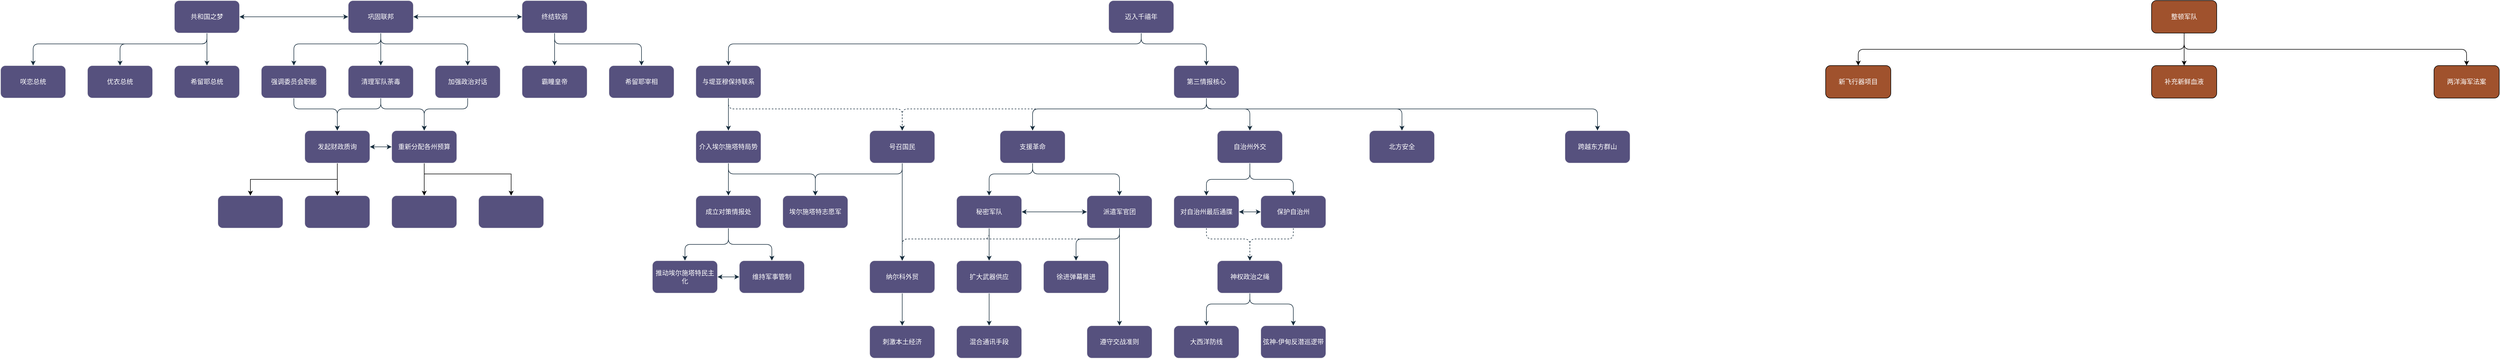
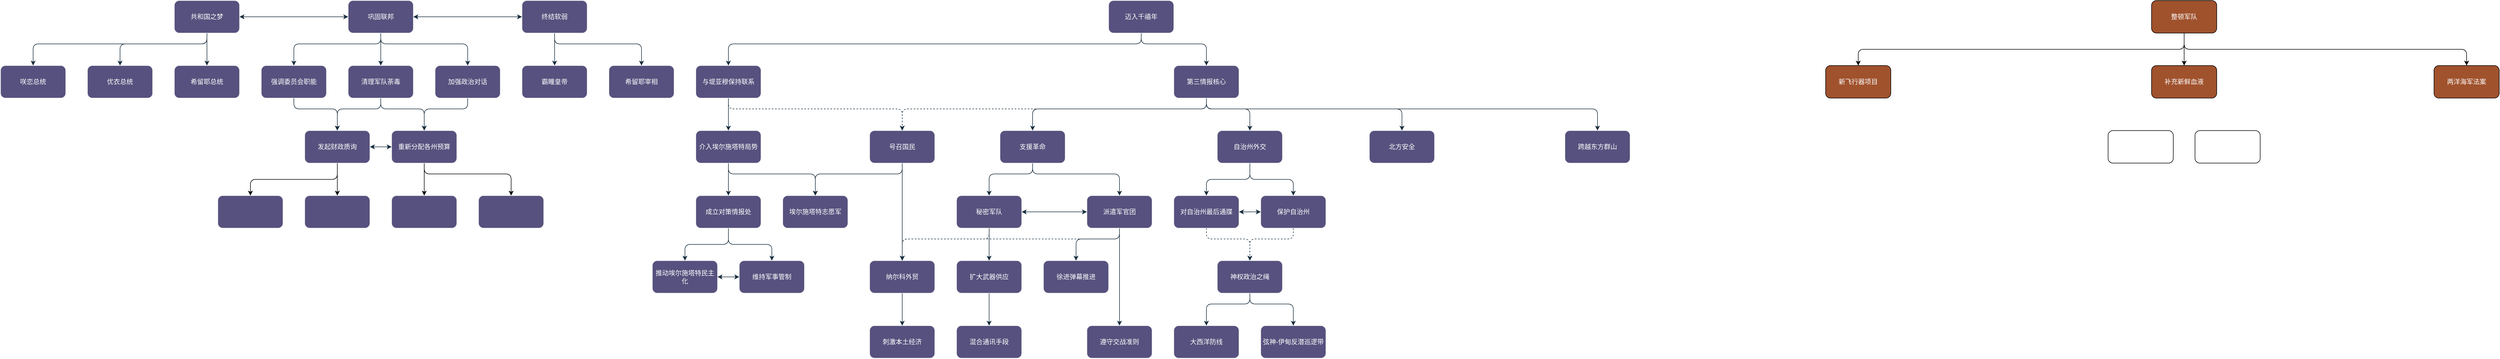
<mxfile host="Electron" agent="Mozilla/5.0 (Windows NT 10.0; Win64; x64) AppleWebKit/537.36 (KHTML, like Gecko) draw.io/29.6.1 Chrome/142.0.7444.265 Electron/39.8.0 Safari/537.36">
  <diagram id="-BRsSJGr8F3-bNamjoG0" name="第 2 页">
-     <mxGraphModel dx="2162" dy="1264" grid="1" gridSize="10" guides="1" tooltips="1" connect="1" arrows="1" fold="1" page="1" pageScale="1" pageWidth="5090" pageHeight="1200" background="#ffffff" math="0" shadow="0">
+     <mxGraphModel dx="1553" dy="963" grid="1" gridSize="10" guides="1" tooltips="1" connect="1" arrows="1" fold="1" page="1" pageScale="1" pageWidth="5090" pageHeight="1200" background="#ffffff" math="0" shadow="0">
      <root>
        <mxCell id="0" />
        <mxCell id="1" parent="0" />
        <mxCell id="Id7lXN9A65SUMVA4P9e4-4" edge="1" parent="1" source="5yxxAlCh5h2w9psgIRNF-1" style="edgeStyle=orthogonalEdgeStyle;rounded=1;orthogonalLoop=1;jettySize=auto;html=1;exitX=0.5;exitY=1;exitDx=0;exitDy=0;entryX=0.5;entryY=0;entryDx=0;entryDy=0;strokeColor=#182E3E;fontColor=default;labelBackgroundColor=none;" target="5yxxAlCh5h2w9psgIRNF-2">
          <mxGeometry relative="1" as="geometry">
            <Array as="points">
              <mxPoint x="740" y="120" />
              <mxPoint x="580" y="120" />
            </Array>
          </mxGeometry>
        </mxCell>
        <mxCell id="Id7lXN9A65SUMVA4P9e4-5" edge="1" parent="1" source="5yxxAlCh5h2w9psgIRNF-1" style="edgeStyle=orthogonalEdgeStyle;rounded=1;orthogonalLoop=1;jettySize=auto;html=1;exitX=0.5;exitY=1;exitDx=0;exitDy=0;entryX=0.5;entryY=0;entryDx=0;entryDy=0;strokeColor=#182E3E;fontColor=default;labelBackgroundColor=none;" target="5yxxAlCh5h2w9psgIRNF-3">
          <mxGeometry relative="1" as="geometry" />
        </mxCell>
        <mxCell id="Id7lXN9A65SUMVA4P9e4-6" edge="1" parent="1" source="5yxxAlCh5h2w9psgIRNF-1" style="edgeStyle=orthogonalEdgeStyle;rounded=1;orthogonalLoop=1;jettySize=auto;html=1;exitX=0.5;exitY=1;exitDx=0;exitDy=0;entryX=0.5;entryY=0;entryDx=0;entryDy=0;strokeColor=#182E3E;fontColor=default;labelBackgroundColor=none;" target="5yxxAlCh5h2w9psgIRNF-4">
          <mxGeometry relative="1" as="geometry">
            <Array as="points">
              <mxPoint x="740" y="120" />
              <mxPoint x="900" y="120" />
            </Array>
          </mxGeometry>
        </mxCell>
        <mxCell id="5yxxAlCh5h2w9psgIRNF-1" parent="1" style="rounded=1;whiteSpace=wrap;html=1;labelBackgroundColor=none;fillColor=#56517E;strokeColor=#EEEEEE;fontColor=#FFFFFF;" value="巩固联邦" vertex="1">
          <mxGeometry height="60" width="120" x="680" y="40" as="geometry" />
        </mxCell>
        <mxCell id="n0v4dYndRxc84nL3mO78-68" edge="1" parent="1" source="5yxxAlCh5h2w9psgIRNF-2" style="edgeStyle=orthogonalEdgeStyle;rounded=1;orthogonalLoop=1;jettySize=auto;html=1;exitX=0.5;exitY=1;exitDx=0;exitDy=0;entryX=0.5;entryY=0;entryDx=0;entryDy=0;strokeColor=#182E3E;" target="n0v4dYndRxc84nL3mO78-66">
          <mxGeometry relative="1" as="geometry">
            <Array as="points">
              <mxPoint x="580" y="240" />
              <mxPoint x="660" y="240" />
            </Array>
          </mxGeometry>
        </mxCell>
        <mxCell id="5yxxAlCh5h2w9psgIRNF-2" parent="1" style="rounded=1;whiteSpace=wrap;html=1;labelBackgroundColor=none;fillColor=#56517E;strokeColor=#EEEEEE;fontColor=#FFFFFF;" value="强调委员会职能" vertex="1">
          <mxGeometry height="60" width="120" x="520" y="160" as="geometry" />
        </mxCell>
        <mxCell id="n0v4dYndRxc84nL3mO78-69" edge="1" parent="1" source="5yxxAlCh5h2w9psgIRNF-3" style="edgeStyle=orthogonalEdgeStyle;rounded=1;orthogonalLoop=1;jettySize=auto;html=1;exitX=0.5;exitY=1;exitDx=0;exitDy=0;entryX=0.5;entryY=0;entryDx=0;entryDy=0;strokeColor=#182E3E;" target="n0v4dYndRxc84nL3mO78-66">
          <mxGeometry relative="1" as="geometry">
            <Array as="points">
              <mxPoint x="740" y="240" />
              <mxPoint x="660" y="240" />
            </Array>
          </mxGeometry>
        </mxCell>
        <mxCell id="n0v4dYndRxc84nL3mO78-70" edge="1" parent="1" source="5yxxAlCh5h2w9psgIRNF-3" style="edgeStyle=orthogonalEdgeStyle;rounded=1;orthogonalLoop=1;jettySize=auto;html=1;exitX=0.5;exitY=1;exitDx=0;exitDy=0;entryX=0.5;entryY=0;entryDx=0;entryDy=0;strokeColor=#182E3E;" target="n0v4dYndRxc84nL3mO78-67">
          <mxGeometry relative="1" as="geometry">
            <Array as="points">
              <mxPoint x="740" y="240" />
              <mxPoint x="820" y="240" />
            </Array>
          </mxGeometry>
        </mxCell>
        <mxCell id="5yxxAlCh5h2w9psgIRNF-3" parent="1" style="rounded=1;whiteSpace=wrap;html=1;labelBackgroundColor=none;fillColor=#56517E;strokeColor=#EEEEEE;fontColor=#FFFFFF;" value="清理军队荼毒" vertex="1">
          <mxGeometry height="60" width="120" x="680" y="160" as="geometry" />
        </mxCell>
        <mxCell id="n0v4dYndRxc84nL3mO78-71" edge="1" parent="1" source="5yxxAlCh5h2w9psgIRNF-4" style="edgeStyle=orthogonalEdgeStyle;rounded=1;orthogonalLoop=1;jettySize=auto;html=1;exitX=0.5;exitY=1;exitDx=0;exitDy=0;entryX=0.5;entryY=0;entryDx=0;entryDy=0;strokeColor=#182E3E;" target="n0v4dYndRxc84nL3mO78-67">
          <mxGeometry relative="1" as="geometry">
            <Array as="points">
              <mxPoint x="900" y="240" />
              <mxPoint x="820" y="240" />
            </Array>
          </mxGeometry>
        </mxCell>
        <mxCell id="5yxxAlCh5h2w9psgIRNF-4" parent="1" style="rounded=1;whiteSpace=wrap;html=1;labelBackgroundColor=none;fillColor=#56517E;strokeColor=#EEEEEE;fontColor=#FFFFFF;" value="加强政治对话" vertex="1">
          <mxGeometry height="60" width="120" x="840" y="160" as="geometry" />
        </mxCell>
        <mxCell id="n0v4dYndRxc84nL3mO78-81" edge="1" parent="1" source="Id7lXN9A65SUMVA4P9e4-1" style="edgeStyle=orthogonalEdgeStyle;rounded=1;orthogonalLoop=1;jettySize=auto;html=1;exitX=0.5;exitY=1;exitDx=0;exitDy=0;entryX=0.5;entryY=0;entryDx=0;entryDy=0;strokeColor=#182E3E;" target="n0v4dYndRxc84nL3mO78-80">
          <mxGeometry relative="1" as="geometry">
            <Array as="points">
              <mxPoint x="420" y="120" />
              <mxPoint x="100" y="120" />
            </Array>
          </mxGeometry>
        </mxCell>
        <mxCell id="n0v4dYndRxc84nL3mO78-82" edge="1" parent="1" source="Id7lXN9A65SUMVA4P9e4-1" style="edgeStyle=orthogonalEdgeStyle;rounded=1;orthogonalLoop=1;jettySize=auto;html=1;exitX=0.5;exitY=1;exitDx=0;exitDy=0;entryX=0.5;entryY=0;entryDx=0;entryDy=0;strokeColor=#182E3E;" target="n0v4dYndRxc84nL3mO78-79">
          <mxGeometry relative="1" as="geometry">
            <Array as="points">
              <mxPoint x="420" y="120" />
              <mxPoint x="260" y="120" />
            </Array>
          </mxGeometry>
        </mxCell>
        <mxCell id="n0v4dYndRxc84nL3mO78-83" edge="1" parent="1" source="Id7lXN9A65SUMVA4P9e4-1" style="edgeStyle=orthogonalEdgeStyle;rounded=1;orthogonalLoop=1;jettySize=auto;html=1;exitX=0.5;exitY=1;exitDx=0;exitDy=0;entryX=0.5;entryY=0;entryDx=0;entryDy=0;strokeColor=#182E3E;" target="n0v4dYndRxc84nL3mO78-78">
          <mxGeometry relative="1" as="geometry" />
        </mxCell>
        <mxCell id="Id7lXN9A65SUMVA4P9e4-1" parent="1" style="rounded=1;whiteSpace=wrap;html=1;labelBackgroundColor=none;fillColor=#56517E;strokeColor=#EEEEEE;fontColor=#FFFFFF;" value="共和国之梦" vertex="1">
          <mxGeometry height="60" width="120" x="360" y="40" as="geometry" />
        </mxCell>
        <mxCell id="n0v4dYndRxc84nL3mO78-87" edge="1" parent="1" source="Id7lXN9A65SUMVA4P9e4-2" style="edgeStyle=orthogonalEdgeStyle;rounded=1;orthogonalLoop=1;jettySize=auto;html=1;exitX=0.5;exitY=1;exitDx=0;exitDy=0;entryX=0.5;entryY=0;entryDx=0;entryDy=0;strokeColor=#182E3E;" target="n0v4dYndRxc84nL3mO78-84">
          <mxGeometry relative="1" as="geometry" />
        </mxCell>
        <mxCell id="n0v4dYndRxc84nL3mO78-88" edge="1" parent="1" source="Id7lXN9A65SUMVA4P9e4-2" style="edgeStyle=orthogonalEdgeStyle;rounded=1;orthogonalLoop=1;jettySize=auto;html=1;exitX=0.5;exitY=1;exitDx=0;exitDy=0;entryX=0.5;entryY=0;entryDx=0;entryDy=0;strokeColor=#182E3E;" target="n0v4dYndRxc84nL3mO78-86">
          <mxGeometry relative="1" as="geometry">
            <Array as="points">
              <mxPoint x="1060" y="120" />
              <mxPoint x="1220" y="120" />
            </Array>
          </mxGeometry>
        </mxCell>
        <mxCell id="Id7lXN9A65SUMVA4P9e4-2" parent="1" style="rounded=1;whiteSpace=wrap;html=1;labelBackgroundColor=none;fillColor=#56517E;strokeColor=#EEEEEE;fontColor=#FFFFFF;" value="终结软弱" vertex="1">
          <mxGeometry height="60" width="120" x="1000" y="40" as="geometry" />
        </mxCell>
        <mxCell id="Id7lXN9A65SUMVA4P9e4-7" edge="1" parent="1" source="Id7lXN9A65SUMVA4P9e4-1" style="endArrow=classic;startArrow=classic;html=1;rounded=1;strokeColor=#182E3E;fontColor=default;entryX=0;entryY=0.5;entryDx=0;entryDy=0;exitX=1;exitY=0.5;exitDx=0;exitDy=0;labelBackgroundColor=none;" target="5yxxAlCh5h2w9psgIRNF-1" value="">
          <mxGeometry height="50" relative="1" width="50" as="geometry">
            <mxPoint x="440" y="300" as="sourcePoint" />
            <mxPoint x="490" y="250" as="targetPoint" />
          </mxGeometry>
        </mxCell>
        <mxCell id="Id7lXN9A65SUMVA4P9e4-8" edge="1" parent="1" source="5yxxAlCh5h2w9psgIRNF-1" style="endArrow=classic;startArrow=classic;html=1;rounded=1;strokeColor=#182E3E;fontColor=default;entryX=0;entryY=0.5;entryDx=0;entryDy=0;exitX=1;exitY=0.5;exitDx=0;exitDy=0;labelBackgroundColor=none;" target="Id7lXN9A65SUMVA4P9e4-2" value="">
          <mxGeometry height="50" relative="1" width="50" as="geometry">
            <mxPoint x="750" y="350" as="sourcePoint" />
            <mxPoint x="800" y="300" as="targetPoint" />
          </mxGeometry>
        </mxCell>
        <mxCell id="n0v4dYndRxc84nL3mO78-38" edge="1" parent="1" source="Id7lXN9A65SUMVA4P9e4-9" style="edgeStyle=orthogonalEdgeStyle;rounded=1;orthogonalLoop=1;jettySize=auto;html=1;exitX=0.5;exitY=1;exitDx=0;exitDy=0;entryX=0.5;entryY=0;entryDx=0;entryDy=0;strokeColor=#182E3E;" target="Id7lXN9A65SUMVA4P9e4-13">
          <mxGeometry relative="1" as="geometry">
            <Array as="points">
              <mxPoint x="2140" y="120" />
              <mxPoint x="2260" y="120" />
            </Array>
          </mxGeometry>
        </mxCell>
        <mxCell id="n0v4dYndRxc84nL3mO78-41" edge="1" parent="1" source="Id7lXN9A65SUMVA4P9e4-9" style="edgeStyle=orthogonalEdgeStyle;rounded=1;orthogonalLoop=1;jettySize=auto;html=1;exitX=0.5;exitY=1;exitDx=0;exitDy=0;entryX=0.5;entryY=0;entryDx=0;entryDy=0;strokeColor=#182E3E;" target="n0v4dYndRxc84nL3mO78-40">
          <mxGeometry relative="1" as="geometry">
            <Array as="points">
              <mxPoint x="2140" y="120" />
              <mxPoint x="1380" y="120" />
            </Array>
          </mxGeometry>
        </mxCell>
        <mxCell id="Id7lXN9A65SUMVA4P9e4-9" parent="1" style="rounded=1;whiteSpace=wrap;html=1;strokeColor=#EEEEEE;fontColor=#FFFFFF;fillColor=#56517E;labelBackgroundColor=none;" value="迈入千禧年" vertex="1">
          <mxGeometry height="60" width="120" x="2080" y="40" as="geometry" />
        </mxCell>
        <mxCell id="n0v4dYndRxc84nL3mO78-7" edge="1" parent="1" source="Id7lXN9A65SUMVA4P9e4-13" style="edgeStyle=orthogonalEdgeStyle;rounded=1;orthogonalLoop=1;jettySize=auto;html=1;exitX=0.5;exitY=1;exitDx=0;exitDy=0;entryX=0.5;entryY=0;entryDx=0;entryDy=0;strokeColor=#182E3E;dashed=1;" target="n0v4dYndRxc84nL3mO78-6">
          <mxGeometry relative="1" as="geometry">
            <Array as="points">
              <mxPoint x="2260" y="240" />
              <mxPoint x="1700" y="240" />
            </Array>
          </mxGeometry>
        </mxCell>
        <mxCell id="n0v4dYndRxc84nL3mO78-44" edge="1" parent="1" source="Id7lXN9A65SUMVA4P9e4-13" style="edgeStyle=orthogonalEdgeStyle;rounded=1;orthogonalLoop=1;jettySize=auto;html=1;exitX=0.5;exitY=1;exitDx=0;exitDy=0;entryX=0.5;entryY=0;entryDx=0;entryDy=0;strokeColor=#182E3E;" target="n0v4dYndRxc84nL3mO78-1">
          <mxGeometry relative="1" as="geometry">
            <Array as="points">
              <mxPoint x="2260" y="240" />
              <mxPoint x="1940" y="240" />
            </Array>
          </mxGeometry>
        </mxCell>
        <mxCell id="n0v4dYndRxc84nL3mO78-47" edge="1" parent="1" source="Id7lXN9A65SUMVA4P9e4-13" style="edgeStyle=orthogonalEdgeStyle;rounded=1;orthogonalLoop=1;jettySize=auto;html=1;exitX=0.5;exitY=1;exitDx=0;exitDy=0;entryX=0.5;entryY=0;entryDx=0;entryDy=0;strokeColor=#182E3E;" target="n0v4dYndRxc84nL3mO78-45">
          <mxGeometry relative="1" as="geometry">
            <Array as="points">
              <mxPoint x="2260" y="240" />
              <mxPoint x="2340" y="240" />
            </Array>
          </mxGeometry>
        </mxCell>
        <mxCell id="n0v4dYndRxc84nL3mO78-49" edge="1" parent="1" source="Id7lXN9A65SUMVA4P9e4-13" style="edgeStyle=orthogonalEdgeStyle;rounded=1;orthogonalLoop=1;jettySize=auto;html=1;exitX=0.5;exitY=1;exitDx=0;exitDy=0;entryX=0.5;entryY=0;entryDx=0;entryDy=0;strokeColor=#182E3E;" target="n0v4dYndRxc84nL3mO78-46">
          <mxGeometry relative="1" as="geometry">
            <Array as="points">
              <mxPoint x="2260" y="240" />
              <mxPoint x="2620" y="240" />
            </Array>
          </mxGeometry>
        </mxCell>
        <mxCell id="n0v4dYndRxc84nL3mO78-50" edge="1" parent="1" source="Id7lXN9A65SUMVA4P9e4-13" style="edgeStyle=orthogonalEdgeStyle;rounded=1;orthogonalLoop=1;jettySize=auto;html=1;exitX=0.5;exitY=1;exitDx=0;exitDy=0;entryX=0.5;entryY=0;entryDx=0;entryDy=0;strokeColor=#182E3E;" target="n0v4dYndRxc84nL3mO78-48">
          <mxGeometry relative="1" as="geometry">
            <Array as="points">
              <mxPoint x="2260" y="240" />
              <mxPoint x="2980" y="240" />
            </Array>
          </mxGeometry>
        </mxCell>
        <mxCell id="Id7lXN9A65SUMVA4P9e4-13" parent="1" style="rounded=1;whiteSpace=wrap;html=1;strokeColor=#EEEEEE;fontColor=#FFFFFF;fillColor=#56517E;labelBackgroundColor=none;" value="第三情报核心" vertex="1">
          <mxGeometry height="60" width="120" x="2200" y="160" as="geometry" />
        </mxCell>
        <mxCell id="n0v4dYndRxc84nL3mO78-12" edge="1" parent="1" source="Id7lXN9A65SUMVA4P9e4-15" style="edgeStyle=orthogonalEdgeStyle;rounded=1;orthogonalLoop=1;jettySize=auto;html=1;exitX=0.5;exitY=1;exitDx=0;exitDy=0;entryX=0.5;entryY=0;entryDx=0;entryDy=0;strokeColor=#182E3E;" target="n0v4dYndRxc84nL3mO78-11">
          <mxGeometry relative="1" as="geometry">
            <Array as="points">
              <mxPoint x="1380" y="360" />
              <mxPoint x="1540" y="360" />
            </Array>
          </mxGeometry>
        </mxCell>
        <mxCell id="n0v4dYndRxc84nL3mO78-30" edge="1" parent="1" source="Id7lXN9A65SUMVA4P9e4-15" style="edgeStyle=orthogonalEdgeStyle;rounded=1;orthogonalLoop=1;jettySize=auto;html=1;exitX=0.5;exitY=1;exitDx=0;exitDy=0;entryX=0.5;entryY=0;entryDx=0;entryDy=0;strokeColor=#182E3E;" target="n0v4dYndRxc84nL3mO78-29">
          <mxGeometry relative="1" as="geometry" />
        </mxCell>
        <mxCell id="Id7lXN9A65SUMVA4P9e4-15" parent="1" style="rounded=1;whiteSpace=wrap;html=1;strokeColor=#EEEEEE;fontColor=#FFFFFF;fillColor=#56517E;labelBackgroundColor=none;" value="介入埃尔施塔特局势" vertex="1">
          <mxGeometry height="60" width="120" x="1320" y="280" as="geometry" />
        </mxCell>
        <mxCell id="n0v4dYndRxc84nL3mO78-14" edge="1" parent="1" source="n0v4dYndRxc84nL3mO78-1" style="edgeStyle=orthogonalEdgeStyle;rounded=1;orthogonalLoop=1;jettySize=auto;html=1;exitX=0.5;exitY=1;exitDx=0;exitDy=0;entryX=0.5;entryY=0;entryDx=0;entryDy=0;strokeColor=#182E3E;" target="n0v4dYndRxc84nL3mO78-10">
          <mxGeometry relative="1" as="geometry">
            <Array as="points">
              <mxPoint x="1940" y="360" />
              <mxPoint x="2100" y="360" />
            </Array>
          </mxGeometry>
        </mxCell>
        <mxCell id="n0v4dYndRxc84nL3mO78-16" edge="1" parent="1" source="n0v4dYndRxc84nL3mO78-1" style="edgeStyle=orthogonalEdgeStyle;rounded=1;orthogonalLoop=1;jettySize=auto;html=1;exitX=0.5;exitY=1;exitDx=0;exitDy=0;entryX=0.5;entryY=0;entryDx=0;entryDy=0;strokeColor=#182E3E;" target="n0v4dYndRxc84nL3mO78-15">
          <mxGeometry relative="1" as="geometry">
            <Array as="points">
              <mxPoint x="1940" y="360" />
              <mxPoint x="1860" y="360" />
            </Array>
          </mxGeometry>
        </mxCell>
        <mxCell id="n0v4dYndRxc84nL3mO78-1" parent="1" style="rounded=1;whiteSpace=wrap;html=1;labelBackgroundColor=none;fillColor=#56517E;strokeColor=#EEEEEE;fontColor=#FFFFFF;" value="支援革命" vertex="1">
          <mxGeometry height="60" width="120" x="1880" y="280" as="geometry" />
        </mxCell>
        <mxCell id="n0v4dYndRxc84nL3mO78-9" edge="1" parent="1" source="n0v4dYndRxc84nL3mO78-6" style="edgeStyle=orthogonalEdgeStyle;rounded=1;orthogonalLoop=1;jettySize=auto;html=1;exitX=0.5;exitY=1;exitDx=0;exitDy=0;entryX=0.5;entryY=0;entryDx=0;entryDy=0;strokeColor=#182E3E;" target="n0v4dYndRxc84nL3mO78-8">
          <mxGeometry relative="1" as="geometry" />
        </mxCell>
        <mxCell id="n0v4dYndRxc84nL3mO78-13" edge="1" parent="1" source="n0v4dYndRxc84nL3mO78-6" style="edgeStyle=orthogonalEdgeStyle;rounded=1;orthogonalLoop=1;jettySize=auto;html=1;exitX=0.5;exitY=1;exitDx=0;exitDy=0;entryX=0.5;entryY=0;entryDx=0;entryDy=0;strokeColor=#182E3E;" target="n0v4dYndRxc84nL3mO78-11">
          <mxGeometry relative="1" as="geometry">
            <Array as="points">
              <mxPoint x="1700" y="360" />
              <mxPoint x="1540" y="360" />
            </Array>
          </mxGeometry>
        </mxCell>
        <mxCell id="n0v4dYndRxc84nL3mO78-6" parent="1" style="rounded=1;whiteSpace=wrap;html=1;strokeColor=#EEEEEE;fontColor=#FFFFFF;fillColor=#56517E;" value="号召国民" vertex="1">
          <mxGeometry height="60" width="120" x="1640" y="280" as="geometry" />
        </mxCell>
        <mxCell id="n0v4dYndRxc84nL3mO78-36" edge="1" parent="1" source="n0v4dYndRxc84nL3mO78-8" style="edgeStyle=orthogonalEdgeStyle;rounded=1;orthogonalLoop=1;jettySize=auto;html=1;exitX=0.5;exitY=1;exitDx=0;exitDy=0;entryX=0.5;entryY=0;entryDx=0;entryDy=0;strokeColor=#182E3E;" target="n0v4dYndRxc84nL3mO78-35">
          <mxGeometry relative="1" as="geometry" />
        </mxCell>
        <mxCell id="n0v4dYndRxc84nL3mO78-8" parent="1" style="rounded=1;whiteSpace=wrap;html=1;strokeColor=#EEEEEE;fontColor=#FFFFFF;fillColor=#56517E;" value="纳尔科外贸" vertex="1">
          <mxGeometry height="60" width="120" x="1640" y="520" as="geometry" />
        </mxCell>
        <mxCell id="n0v4dYndRxc84nL3mO78-20" edge="1" parent="1" source="n0v4dYndRxc84nL3mO78-10" style="edgeStyle=orthogonalEdgeStyle;rounded=1;orthogonalLoop=1;jettySize=auto;html=1;exitX=0.5;exitY=1;exitDx=0;exitDy=0;entryX=0.5;entryY=0;entryDx=0;entryDy=0;strokeColor=#182E3E;" target="n0v4dYndRxc84nL3mO78-19">
          <mxGeometry relative="1" as="geometry" />
        </mxCell>
        <mxCell id="n0v4dYndRxc84nL3mO78-21" edge="1" parent="1" source="n0v4dYndRxc84nL3mO78-10" style="edgeStyle=orthogonalEdgeStyle;rounded=1;orthogonalLoop=1;jettySize=auto;html=1;exitX=0.5;exitY=1;exitDx=0;exitDy=0;strokeColor=#182E3E;entryX=0.5;entryY=0;entryDx=0;entryDy=0;" target="n0v4dYndRxc84nL3mO78-18">
          <mxGeometry relative="1" as="geometry">
            <Array as="points">
              <mxPoint x="2100" y="480" />
              <mxPoint x="2020" y="480" />
            </Array>
            <mxPoint x="2030" y="510" as="targetPoint" />
          </mxGeometry>
        </mxCell>
        <mxCell id="n0v4dYndRxc84nL3mO78-26" edge="1" parent="1" source="n0v4dYndRxc84nL3mO78-10" style="edgeStyle=orthogonalEdgeStyle;rounded=1;orthogonalLoop=1;jettySize=auto;html=1;exitX=0.5;exitY=1;exitDx=0;exitDy=0;entryX=0.5;entryY=0;entryDx=0;entryDy=0;strokeColor=#182E3E;dashed=1;" target="n0v4dYndRxc84nL3mO78-8">
          <mxGeometry relative="1" as="geometry">
            <Array as="points">
              <mxPoint x="2100" y="480" />
              <mxPoint x="1700" y="480" />
            </Array>
          </mxGeometry>
        </mxCell>
        <mxCell id="n0v4dYndRxc84nL3mO78-10" parent="1" style="rounded=1;whiteSpace=wrap;html=1;strokeColor=#EEEEEE;fontColor=#FFFFFF;fillColor=#56517E;" value="派遣军官团" vertex="1">
          <mxGeometry height="60" width="120" x="2040" y="400" as="geometry" />
        </mxCell>
        <mxCell id="n0v4dYndRxc84nL3mO78-11" parent="1" style="rounded=1;whiteSpace=wrap;html=1;strokeColor=#EEEEEE;fontColor=#FFFFFF;fillColor=#56517E;" value="埃尔施塔特志愿军" vertex="1">
          <mxGeometry height="60" width="120" x="1480" y="400" as="geometry" />
        </mxCell>
        <mxCell id="n0v4dYndRxc84nL3mO78-24" edge="1" parent="1" source="n0v4dYndRxc84nL3mO78-15" style="edgeStyle=orthogonalEdgeStyle;rounded=1;orthogonalLoop=1;jettySize=auto;html=1;exitX=0.5;exitY=1;exitDx=0;exitDy=0;entryX=0.5;entryY=0;entryDx=0;entryDy=0;strokeColor=#182E3E;" target="n0v4dYndRxc84nL3mO78-22">
          <mxGeometry relative="1" as="geometry" />
        </mxCell>
        <mxCell id="n0v4dYndRxc84nL3mO78-27" edge="1" parent="1" source="n0v4dYndRxc84nL3mO78-15" style="edgeStyle=orthogonalEdgeStyle;rounded=1;orthogonalLoop=1;jettySize=auto;html=1;exitX=0.5;exitY=1;exitDx=0;exitDy=0;entryX=0.5;entryY=0;entryDx=0;entryDy=0;strokeColor=#182E3E;dashed=1;" target="n0v4dYndRxc84nL3mO78-8">
          <mxGeometry relative="1" as="geometry">
            <Array as="points">
              <mxPoint x="1860" y="480" />
              <mxPoint x="1700" y="480" />
            </Array>
          </mxGeometry>
        </mxCell>
        <mxCell id="n0v4dYndRxc84nL3mO78-15" parent="1" style="rounded=1;whiteSpace=wrap;html=1;strokeColor=#EEEEEE;fontColor=#FFFFFF;fillColor=#56517E;" value="秘密军队" vertex="1">
          <mxGeometry height="60" width="120" x="1800" y="400" as="geometry" />
        </mxCell>
        <mxCell id="n0v4dYndRxc84nL3mO78-17" edge="1" parent="1" source="n0v4dYndRxc84nL3mO78-10" style="endArrow=classic;startArrow=classic;html=1;rounded=1;strokeColor=#182E3E;entryX=1;entryY=0.5;entryDx=0;entryDy=0;exitX=0;exitY=0.5;exitDx=0;exitDy=0;" target="n0v4dYndRxc84nL3mO78-15" value="">
          <mxGeometry height="50" relative="1" width="50" as="geometry">
            <mxPoint x="1920" y="189.38" as="sourcePoint" />
            <mxPoint x="1720" y="189.38" as="targetPoint" />
          </mxGeometry>
        </mxCell>
        <mxCell id="n0v4dYndRxc84nL3mO78-18" parent="1" style="rounded=1;whiteSpace=wrap;html=1;strokeColor=#EEEEEE;fontColor=#FFFFFF;fillColor=#56517E;" value="徐进弹幕推进" vertex="1">
          <mxGeometry height="60" width="120" x="1960" y="520" as="geometry" />
        </mxCell>
        <mxCell id="n0v4dYndRxc84nL3mO78-19" parent="1" style="rounded=1;whiteSpace=wrap;html=1;strokeColor=#EEEEEE;fontColor=#FFFFFF;fillColor=#56517E;" value="遵守交战准则" vertex="1">
          <mxGeometry height="60" width="120" x="2040" y="640" as="geometry" />
        </mxCell>
        <mxCell id="n0v4dYndRxc84nL3mO78-25" edge="1" parent="1" source="n0v4dYndRxc84nL3mO78-22" style="edgeStyle=orthogonalEdgeStyle;rounded=1;orthogonalLoop=1;jettySize=auto;html=1;exitX=0.5;exitY=1;exitDx=0;exitDy=0;entryX=0.5;entryY=0;entryDx=0;entryDy=0;strokeColor=#182E3E;" target="n0v4dYndRxc84nL3mO78-23">
          <mxGeometry relative="1" as="geometry" />
        </mxCell>
        <mxCell id="n0v4dYndRxc84nL3mO78-22" parent="1" style="rounded=1;whiteSpace=wrap;html=1;strokeColor=#EEEEEE;fontColor=#FFFFFF;fillColor=#56517E;" value="扩大武器供应" vertex="1">
          <mxGeometry height="60" width="120" x="1800" y="520" as="geometry" />
        </mxCell>
        <mxCell id="n0v4dYndRxc84nL3mO78-23" parent="1" style="rounded=1;whiteSpace=wrap;html=1;strokeColor=#EEEEEE;fontColor=#FFFFFF;fillColor=#56517E;" value="混合通讯手段" vertex="1">
          <mxGeometry height="60" width="120" x="1800" y="640" as="geometry" />
        </mxCell>
        <mxCell id="n0v4dYndRxc84nL3mO78-33" edge="1" parent="1" source="n0v4dYndRxc84nL3mO78-29" style="edgeStyle=orthogonalEdgeStyle;rounded=1;orthogonalLoop=1;jettySize=auto;html=1;exitX=0.5;exitY=1;exitDx=0;exitDy=0;entryX=0.5;entryY=0;entryDx=0;entryDy=0;strokeColor=#182E3E;" target="n0v4dYndRxc84nL3mO78-32">
          <mxGeometry relative="1" as="geometry" />
        </mxCell>
        <mxCell id="n0v4dYndRxc84nL3mO78-34" edge="1" parent="1" source="n0v4dYndRxc84nL3mO78-29" style="edgeStyle=orthogonalEdgeStyle;rounded=1;orthogonalLoop=1;jettySize=auto;html=1;exitX=0.5;exitY=1;exitDx=0;exitDy=0;entryX=0.5;entryY=0;entryDx=0;entryDy=0;strokeColor=#182E3E;" target="n0v4dYndRxc84nL3mO78-31">
          <mxGeometry relative="1" as="geometry" />
        </mxCell>
        <mxCell id="n0v4dYndRxc84nL3mO78-29" parent="1" style="rounded=1;whiteSpace=wrap;html=1;strokeColor=#EEEEEE;fontColor=#FFFFFF;fillColor=#56517E;" value="成立对策情报处" vertex="1">
          <mxGeometry height="60" width="120" x="1320" y="400" as="geometry" />
        </mxCell>
        <mxCell id="n0v4dYndRxc84nL3mO78-31" parent="1" style="rounded=1;whiteSpace=wrap;html=1;strokeColor=#EEEEEE;fontColor=#FFFFFF;fillColor=#56517E;" value="维持军事管制" vertex="1">
          <mxGeometry height="60" width="120" x="1400" y="520" as="geometry" />
        </mxCell>
        <mxCell id="n0v4dYndRxc84nL3mO78-32" parent="1" style="rounded=1;whiteSpace=wrap;html=1;strokeColor=#EEEEEE;fontColor=#FFFFFF;fillColor=#56517E;" value="推动埃尔施塔特民主化" vertex="1">
          <mxGeometry height="60" width="120" x="1240" y="520" as="geometry" />
        </mxCell>
        <mxCell id="n0v4dYndRxc84nL3mO78-35" parent="1" style="rounded=1;whiteSpace=wrap;html=1;strokeColor=#EEEEEE;fontColor=#FFFFFF;fillColor=#56517E;" value="刺激本土经济" vertex="1">
          <mxGeometry height="60" width="120" x="1640" y="640" as="geometry" />
        </mxCell>
        <mxCell id="n0v4dYndRxc84nL3mO78-37" edge="1" parent="1" source="n0v4dYndRxc84nL3mO78-32" style="endArrow=classic;startArrow=classic;html=1;rounded=1;strokeColor=#182E3E;entryX=0;entryY=0.5;entryDx=0;entryDy=0;exitX=1;exitY=0.5;exitDx=0;exitDy=0;" target="n0v4dYndRxc84nL3mO78-31" value="">
          <mxGeometry height="50" relative="1" width="50" as="geometry">
            <mxPoint x="1330" y="690" as="sourcePoint" />
            <mxPoint x="1380" y="640" as="targetPoint" />
          </mxGeometry>
        </mxCell>
        <mxCell id="n0v4dYndRxc84nL3mO78-42" edge="1" parent="1" source="n0v4dYndRxc84nL3mO78-40" style="edgeStyle=orthogonalEdgeStyle;rounded=1;orthogonalLoop=1;jettySize=auto;html=1;exitX=0.5;exitY=1;exitDx=0;exitDy=0;entryX=0.5;entryY=0;entryDx=0;entryDy=0;strokeColor=#182E3E;" target="Id7lXN9A65SUMVA4P9e4-15">
          <mxGeometry relative="1" as="geometry" />
        </mxCell>
        <mxCell id="n0v4dYndRxc84nL3mO78-43" edge="1" parent="1" source="n0v4dYndRxc84nL3mO78-40" style="edgeStyle=orthogonalEdgeStyle;rounded=1;orthogonalLoop=1;jettySize=auto;html=1;exitX=0.5;exitY=1;exitDx=0;exitDy=0;entryX=0.5;entryY=0;entryDx=0;entryDy=0;strokeColor=#182E3E;dashed=1;" target="n0v4dYndRxc84nL3mO78-6">
          <mxGeometry relative="1" as="geometry">
            <Array as="points">
              <mxPoint x="1380" y="240" />
              <mxPoint x="1700" y="240" />
            </Array>
          </mxGeometry>
        </mxCell>
        <mxCell id="n0v4dYndRxc84nL3mO78-40" parent="1" style="rounded=1;whiteSpace=wrap;html=1;strokeColor=#EEEEEE;fontColor=#FFFFFF;fillColor=#56517E;" value="与堤亚穆保持联系" vertex="1">
          <mxGeometry height="60" width="120" x="1320" y="160" as="geometry" />
        </mxCell>
        <mxCell id="n0v4dYndRxc84nL3mO78-52" edge="1" parent="1" source="n0v4dYndRxc84nL3mO78-45" style="edgeStyle=orthogonalEdgeStyle;rounded=1;orthogonalLoop=1;jettySize=auto;html=1;exitX=0.5;exitY=1;exitDx=0;exitDy=0;entryX=0.5;entryY=0;entryDx=0;entryDy=0;strokeColor=#182E3E;" target="n0v4dYndRxc84nL3mO78-51">
          <mxGeometry relative="1" as="geometry" />
        </mxCell>
        <mxCell id="n0v4dYndRxc84nL3mO78-54" edge="1" parent="1" source="n0v4dYndRxc84nL3mO78-45" style="edgeStyle=orthogonalEdgeStyle;rounded=1;orthogonalLoop=1;jettySize=auto;html=1;exitX=0.5;exitY=1;exitDx=0;exitDy=0;entryX=0.5;entryY=0;entryDx=0;entryDy=0;strokeColor=#182E3E;" target="n0v4dYndRxc84nL3mO78-53">
          <mxGeometry relative="1" as="geometry" />
        </mxCell>
        <mxCell id="n0v4dYndRxc84nL3mO78-45" parent="1" style="rounded=1;whiteSpace=wrap;html=1;strokeColor=#EEEEEE;fontColor=#FFFFFF;fillColor=#56517E;" value="自治州外交" vertex="1">
          <mxGeometry height="60" width="120" x="2280" y="280" as="geometry" />
        </mxCell>
        <mxCell id="n0v4dYndRxc84nL3mO78-46" parent="1" style="rounded=1;whiteSpace=wrap;html=1;strokeColor=#EEEEEE;fontColor=#FFFFFF;fillColor=#56517E;" value="北方安全" vertex="1">
          <mxGeometry height="60" width="120" x="2560" y="280" as="geometry" />
        </mxCell>
        <mxCell id="n0v4dYndRxc84nL3mO78-48" parent="1" style="rounded=1;whiteSpace=wrap;html=1;strokeColor=#EEEEEE;fontColor=#FFFFFF;fillColor=#56517E;" value="跨越东方群山" vertex="1">
          <mxGeometry height="60" width="120" x="2920" y="280" as="geometry" />
        </mxCell>
        <mxCell id="n0v4dYndRxc84nL3mO78-60" edge="1" parent="1" source="n0v4dYndRxc84nL3mO78-51" style="edgeStyle=orthogonalEdgeStyle;rounded=1;orthogonalLoop=1;jettySize=auto;html=1;exitX=0.5;exitY=1;exitDx=0;exitDy=0;entryX=0.5;entryY=0;entryDx=0;entryDy=0;strokeColor=#182E3E;dashed=1;" target="n0v4dYndRxc84nL3mO78-59">
          <mxGeometry relative="1" as="geometry">
            <Array as="points">
              <mxPoint x="2260" y="480" />
              <mxPoint x="2340" y="480" />
            </Array>
          </mxGeometry>
        </mxCell>
        <mxCell id="n0v4dYndRxc84nL3mO78-51" parent="1" style="rounded=1;whiteSpace=wrap;html=1;strokeColor=#EEEEEE;fontColor=#FFFFFF;fillColor=#56517E;" value="对自治州最后通牒" vertex="1">
          <mxGeometry height="60" width="120" x="2200" y="400" as="geometry" />
        </mxCell>
        <mxCell id="n0v4dYndRxc84nL3mO78-61" edge="1" parent="1" source="n0v4dYndRxc84nL3mO78-53" style="edgeStyle=orthogonalEdgeStyle;rounded=1;orthogonalLoop=1;jettySize=auto;html=1;exitX=0.5;exitY=1;exitDx=0;exitDy=0;entryX=0.5;entryY=0;entryDx=0;entryDy=0;strokeColor=#182E3E;dashed=1;" target="n0v4dYndRxc84nL3mO78-59">
          <mxGeometry relative="1" as="geometry">
            <Array as="points">
              <mxPoint x="2420" y="480" />
              <mxPoint x="2340" y="480" />
            </Array>
          </mxGeometry>
        </mxCell>
        <mxCell id="n0v4dYndRxc84nL3mO78-53" parent="1" style="rounded=1;whiteSpace=wrap;html=1;strokeColor=#EEEEEE;fontColor=#FFFFFF;fillColor=#56517E;" value="保护自治州" vertex="1">
          <mxGeometry height="60" width="120" x="2360" y="400" as="geometry" />
        </mxCell>
        <mxCell id="n0v4dYndRxc84nL3mO78-55" edge="1" parent="1" source="n0v4dYndRxc84nL3mO78-51" style="endArrow=classic;startArrow=classic;html=1;rounded=1;strokeColor=#182E3E;entryX=0;entryY=0.5;entryDx=0;entryDy=0;exitX=1;exitY=0.5;exitDx=0;exitDy=0;" target="n0v4dYndRxc84nL3mO78-53" value="">
          <mxGeometry height="50" relative="1" width="50" as="geometry">
            <mxPoint x="2280" y="580" as="sourcePoint" />
            <mxPoint x="2330" y="530" as="targetPoint" />
          </mxGeometry>
        </mxCell>
        <mxCell id="n0v4dYndRxc84nL3mO78-64" edge="1" parent="1" source="n0v4dYndRxc84nL3mO78-59" style="edgeStyle=orthogonalEdgeStyle;rounded=1;orthogonalLoop=1;jettySize=auto;html=1;exitX=0.5;exitY=1;exitDx=0;exitDy=0;entryX=0.5;entryY=0;entryDx=0;entryDy=0;strokeColor=#182E3E;" target="n0v4dYndRxc84nL3mO78-62">
          <mxGeometry relative="1" as="geometry">
            <Array as="points">
              <mxPoint x="2340" y="600" />
              <mxPoint x="2260" y="600" />
            </Array>
          </mxGeometry>
        </mxCell>
        <mxCell id="n0v4dYndRxc84nL3mO78-65" edge="1" parent="1" source="n0v4dYndRxc84nL3mO78-59" style="edgeStyle=orthogonalEdgeStyle;rounded=1;orthogonalLoop=1;jettySize=auto;html=1;exitX=0.5;exitY=1;exitDx=0;exitDy=0;entryX=0.5;entryY=0;entryDx=0;entryDy=0;strokeColor=#182E3E;" target="n0v4dYndRxc84nL3mO78-63">
          <mxGeometry relative="1" as="geometry">
            <Array as="points">
              <mxPoint x="2340" y="600" />
              <mxPoint x="2420" y="600" />
            </Array>
          </mxGeometry>
        </mxCell>
        <mxCell id="n0v4dYndRxc84nL3mO78-59" parent="1" style="rounded=1;whiteSpace=wrap;html=1;strokeColor=#EEEEEE;fontColor=#FFFFFF;fillColor=#56517E;" value="神权政治之绳" vertex="1">
          <mxGeometry height="60" width="120" x="2280" y="520" as="geometry" />
        </mxCell>
        <mxCell id="n0v4dYndRxc84nL3mO78-62" parent="1" style="rounded=1;whiteSpace=wrap;html=1;strokeColor=#EEEEEE;fontColor=#FFFFFF;fillColor=#56517E;" value="大西洋防线" vertex="1">
          <mxGeometry height="60" width="120" x="2200" y="640" as="geometry" />
        </mxCell>
        <mxCell id="n0v4dYndRxc84nL3mO78-63" parent="1" style="rounded=1;whiteSpace=wrap;html=1;strokeColor=#EEEEEE;fontColor=#FFFFFF;fillColor=#56517E;" value="弦神-伊甸反潜巡逻带" vertex="1">
          <mxGeometry height="60" width="120" x="2360" y="640" as="geometry" />
        </mxCell>
-         <mxCell id="9MTZrVe1SGaCeQh8uVz--2" edge="1" parent="1" source="n0v4dYndRxc84nL3mO78-66" style="edgeStyle=orthogonalEdgeStyle;rounded=0;orthogonalLoop=1;jettySize=auto;html=1;exitX=0.5;exitY=1;exitDx=0;exitDy=0;entryX=0.5;entryY=0;entryDx=0;entryDy=0;" target="n0v4dYndRxc84nL3mO78-74">
-           <mxGeometry relative="1" as="geometry" />
-         </mxCell>
-         <mxCell id="9MTZrVe1SGaCeQh8uVz--3" edge="1" parent="1" source="n0v4dYndRxc84nL3mO78-66" style="edgeStyle=orthogonalEdgeStyle;rounded=0;orthogonalLoop=1;jettySize=auto;html=1;exitX=0.5;exitY=1;exitDx=0;exitDy=0;entryX=0.5;entryY=0;entryDx=0;entryDy=0;" target="n0v4dYndRxc84nL3mO78-75">
+         <mxCell id="9MTZrVe1SGaCeQh8uVz--2" edge="1" parent="1" source="n0v4dYndRxc84nL3mO78-66" style="edgeStyle=orthogonalEdgeStyle;rounded=1;orthogonalLoop=1;jettySize=auto;html=1;exitX=0.5;exitY=1;exitDx=0;exitDy=0;entryX=0.5;entryY=0;entryDx=0;entryDy=0;" target="n0v4dYndRxc84nL3mO78-74">
+           <mxGeometry relative="1" as="geometry" />
+         </mxCell>
+         <mxCell id="9MTZrVe1SGaCeQh8uVz--3" edge="1" parent="1" source="n0v4dYndRxc84nL3mO78-66" style="edgeStyle=orthogonalEdgeStyle;rounded=1;orthogonalLoop=1;jettySize=auto;html=1;exitX=0.5;exitY=1;exitDx=0;exitDy=0;entryX=0.5;entryY=0;entryDx=0;entryDy=0;" target="n0v4dYndRxc84nL3mO78-75">
          <mxGeometry relative="1" as="geometry" />
        </mxCell>
        <mxCell id="n0v4dYndRxc84nL3mO78-66" parent="1" style="rounded=1;whiteSpace=wrap;html=1;strokeColor=#EEEEEE;fontColor=#FFFFFF;fillColor=#56517E;" value="发起财政质询" vertex="1">
          <mxGeometry height="60" width="120" x="600" y="280" as="geometry" />
        </mxCell>
-         <mxCell id="9MTZrVe1SGaCeQh8uVz--4" edge="1" parent="1" source="n0v4dYndRxc84nL3mO78-67" style="edgeStyle=orthogonalEdgeStyle;rounded=0;orthogonalLoop=1;jettySize=auto;html=1;exitX=0.5;exitY=1;exitDx=0;exitDy=0;entryX=0.5;entryY=0;entryDx=0;entryDy=0;" target="n0v4dYndRxc84nL3mO78-76">
-           <mxGeometry relative="1" as="geometry" />
-         </mxCell>
-         <mxCell id="9MTZrVe1SGaCeQh8uVz--5" edge="1" parent="1" source="n0v4dYndRxc84nL3mO78-67" style="edgeStyle=orthogonalEdgeStyle;rounded=0;orthogonalLoop=1;jettySize=auto;html=1;exitX=0.5;exitY=1;exitDx=0;exitDy=0;entryX=0.5;entryY=0;entryDx=0;entryDy=0;" target="n0v4dYndRxc84nL3mO78-77">
+         <mxCell id="9MTZrVe1SGaCeQh8uVz--4" edge="1" parent="1" source="n0v4dYndRxc84nL3mO78-67" style="edgeStyle=orthogonalEdgeStyle;rounded=1;orthogonalLoop=1;jettySize=auto;html=1;exitX=0.5;exitY=1;exitDx=0;exitDy=0;entryX=0.5;entryY=0;entryDx=0;entryDy=0;" target="n0v4dYndRxc84nL3mO78-76">
+           <mxGeometry relative="1" as="geometry" />
+         </mxCell>
+         <mxCell id="9MTZrVe1SGaCeQh8uVz--5" edge="1" parent="1" source="n0v4dYndRxc84nL3mO78-67" style="edgeStyle=orthogonalEdgeStyle;rounded=1;orthogonalLoop=1;jettySize=auto;html=1;exitX=0.5;exitY=1;exitDx=0;exitDy=0;entryX=0.5;entryY=0;entryDx=0;entryDy=0;" target="n0v4dYndRxc84nL3mO78-77">
          <mxGeometry relative="1" as="geometry">
            <Array as="points">
              <mxPoint x="820" y="360" />
              <mxPoint x="980" y="360" />
            </Array>
          </mxGeometry>
        </mxCell>
        <mxCell id="n0v4dYndRxc84nL3mO78-67" parent="1" style="rounded=1;whiteSpace=wrap;html=1;strokeColor=#EEEEEE;fontColor=#FFFFFF;fillColor=#56517E;" value="重新分配各州预算" vertex="1">
          <mxGeometry height="60" width="120" x="760" y="280" as="geometry" />
        </mxCell>
        <mxCell id="n0v4dYndRxc84nL3mO78-73" edge="1" parent="1" source="n0v4dYndRxc84nL3mO78-66" style="endArrow=classic;startArrow=classic;html=1;rounded=1;strokeColor=#182E3E;entryX=0;entryY=0.5;entryDx=0;entryDy=0;exitX=1;exitY=0.5;exitDx=0;exitDy=0;" target="n0v4dYndRxc84nL3mO78-67" value="">
          <mxGeometry height="50" relative="1" width="50" as="geometry">
            <mxPoint x="610" y="450" as="sourcePoint" />
            <mxPoint x="660" y="400" as="targetPoint" />
          </mxGeometry>
        </mxCell>
        <mxCell id="n0v4dYndRxc84nL3mO78-74" parent="1" style="rounded=1;whiteSpace=wrap;html=1;strokeColor=#EEEEEE;fontColor=#FFFFFF;fillColor=#56517E;" value="" vertex="1">
          <mxGeometry height="60" width="120" x="440" y="400" as="geometry" />
        </mxCell>
        <mxCell id="n0v4dYndRxc84nL3mO78-75" parent="1" style="rounded=1;whiteSpace=wrap;html=1;strokeColor=#EEEEEE;fontColor=#FFFFFF;fillColor=#56517E;" value="" vertex="1">
          <mxGeometry height="60" width="120" x="600" y="400" as="geometry" />
        </mxCell>
        <mxCell id="n0v4dYndRxc84nL3mO78-76" parent="1" style="rounded=1;whiteSpace=wrap;html=1;strokeColor=#EEEEEE;fontColor=#FFFFFF;fillColor=#56517E;" value="" vertex="1">
          <mxGeometry height="60" width="120" x="760" y="400" as="geometry" />
        </mxCell>
        <mxCell id="n0v4dYndRxc84nL3mO78-77" parent="1" style="rounded=1;whiteSpace=wrap;html=1;strokeColor=#EEEEEE;fontColor=#FFFFFF;fillColor=#56517E;" value="" vertex="1">
          <mxGeometry height="60" width="120" x="920" y="400" as="geometry" />
        </mxCell>
        <mxCell id="n0v4dYndRxc84nL3mO78-78" parent="1" style="rounded=1;whiteSpace=wrap;html=1;strokeColor=#EEEEEE;fontColor=#FFFFFF;fillColor=#56517E;" value="希留耶总统" vertex="1">
          <mxGeometry height="60" width="120" x="360" y="160" as="geometry" />
        </mxCell>
        <mxCell id="n0v4dYndRxc84nL3mO78-79" parent="1" style="rounded=1;whiteSpace=wrap;html=1;strokeColor=#EEEEEE;fontColor=#FFFFFF;fillColor=#56517E;" value="优衣总统" vertex="1">
          <mxGeometry height="60" width="120" x="200" y="160" as="geometry" />
        </mxCell>
        <mxCell id="n0v4dYndRxc84nL3mO78-80" parent="1" style="rounded=1;whiteSpace=wrap;html=1;strokeColor=#EEEEEE;fontColor=#FFFFFF;fillColor=#56517E;" value="咲恋总统" vertex="1">
          <mxGeometry height="60" width="120" x="40" y="160" as="geometry" />
        </mxCell>
        <mxCell id="n0v4dYndRxc84nL3mO78-84" parent="1" style="rounded=1;whiteSpace=wrap;html=1;strokeColor=#EEEEEE;fontColor=#FFFFFF;fillColor=#56517E;" value="霸瞳皇帝" vertex="1">
          <mxGeometry height="60" width="120" x="1000" y="160" as="geometry" />
        </mxCell>
        <mxCell id="n0v4dYndRxc84nL3mO78-86" parent="1" style="rounded=1;whiteSpace=wrap;html=1;strokeColor=#EEEEEE;fontColor=#FFFFFF;fillColor=#56517E;" value="希留耶宰相" vertex="1">
          <mxGeometry height="60" width="120" x="1160" y="160" as="geometry" />
        </mxCell>
        <mxCell id="-UABQM9Uk4C9MiXQvtNY-3" edge="1" parent="1" source="-UABQM9Uk4C9MiXQvtNY-1" style="edgeStyle=orthogonalEdgeStyle;rounded=1;orthogonalLoop=1;jettySize=auto;html=1;exitX=0.5;exitY=1;exitDx=0;exitDy=0;entryX=0.5;entryY=0;entryDx=0;entryDy=0;fillColor=#a0522d;strokeColor=default;backgroundOutline=0;snapToPoint=0;fixDash=0;metaEdit=0;enumerate=0;comic=0;curved=0;" target="-UABQM9Uk4C9MiXQvtNY-2">
          <mxGeometry relative="1" as="geometry" />
        </mxCell>
-         <mxCell id="-UABQM9Uk4C9MiXQvtNY-5" edge="1" parent="1" source="-UABQM9Uk4C9MiXQvtNY-1" style="edgeStyle=orthogonalEdgeStyle;rounded=0;orthogonalLoop=1;jettySize=auto;html=1;exitX=0.5;exitY=1;exitDx=0;exitDy=0;entryX=0.5;entryY=0;entryDx=0;entryDy=0;fillColor=#a0522d;strokeColor=default;backgroundOutline=0;snapToPoint=0;fixDash=0;metaEdit=0;enumerate=0;comic=0;" target="-UABQM9Uk4C9MiXQvtNY-4">
+         <mxCell id="-UABQM9Uk4C9MiXQvtNY-5" edge="1" parent="1" source="-UABQM9Uk4C9MiXQvtNY-1" style="edgeStyle=orthogonalEdgeStyle;rounded=1;orthogonalLoop=1;jettySize=auto;html=1;exitX=0.5;exitY=1;exitDx=0;exitDy=0;entryX=0.5;entryY=0;entryDx=0;entryDy=0;fillColor=#a0522d;strokeColor=default;backgroundOutline=0;snapToPoint=0;fixDash=0;metaEdit=0;enumerate=0;comic=0;" target="-UABQM9Uk4C9MiXQvtNY-4">
          <mxGeometry relative="1" as="geometry" />
        </mxCell>
        <mxCell id="-UABQM9Uk4C9MiXQvtNY-7" edge="1" parent="1" source="-UABQM9Uk4C9MiXQvtNY-1" style="edgeStyle=orthogonalEdgeStyle;rounded=1;orthogonalLoop=1;jettySize=auto;html=1;exitX=0.5;exitY=1;exitDx=0;exitDy=0;entryX=0.5;entryY=0;entryDx=0;entryDy=0;fillColor=#a0522d;strokeColor=default;backgroundOutline=0;snapToPoint=0;fixDash=0;metaEdit=0;enumerate=0;comic=0;curved=0;" target="-UABQM9Uk4C9MiXQvtNY-6">
          <mxGeometry relative="1" as="geometry" />
        </mxCell>
        <mxCell id="-UABQM9Uk4C9MiXQvtNY-1" parent="1" style="rounded=1;whiteSpace=wrap;html=1;fillColor=#a0522d;strokeColor=default;fontColor=#ffffff;backgroundOutline=0;snapToPoint=0;fixDash=0;metaEdit=0;enumerate=0;comic=0;" value="整顿军队" vertex="1">
          <mxGeometry height="60" width="120" x="4000" y="40" as="geometry" />
        </mxCell>
        <mxCell id="-UABQM9Uk4C9MiXQvtNY-2" parent="1" style="rounded=1;whiteSpace=wrap;html=1;fillColor=#a0522d;strokeColor=default;fontColor=#ffffff;backgroundOutline=0;snapToPoint=0;fixDash=0;metaEdit=0;enumerate=0;comic=0;" value="新飞行器项目" vertex="1">
          <mxGeometry height="60" width="120" x="3400" y="160" as="geometry" />
        </mxCell>
        <mxCell id="-UABQM9Uk4C9MiXQvtNY-4" parent="1" style="rounded=1;whiteSpace=wrap;html=1;fillColor=#a0522d;strokeColor=default;fontColor=#ffffff;backgroundOutline=0;snapToPoint=0;fixDash=0;metaEdit=0;enumerate=0;comic=0;" value="补充新鲜血液" vertex="1">
          <mxGeometry height="60" width="120" x="4000" y="160" as="geometry" />
        </mxCell>
        <mxCell id="-UABQM9Uk4C9MiXQvtNY-6" parent="1" style="rounded=1;whiteSpace=wrap;html=1;fillColor=#a0522d;strokeColor=default;fontColor=#ffffff;backgroundOutline=0;snapToPoint=0;fixDash=0;metaEdit=0;enumerate=0;comic=0;" value="两洋海军法案" vertex="1">
          <mxGeometry height="60" width="120" x="4520" y="160" as="geometry" />
+         </mxCell>
+         <mxCell id="-doYwqivvk0rBZSh0bR4-1" parent="1" style="rounded=1;whiteSpace=wrap;html=1;" value="" vertex="1">
+           <mxGeometry height="60" width="120" x="3920" y="280" as="geometry" />
+         </mxCell>
+         <mxCell id="-doYwqivvk0rBZSh0bR4-2" parent="1" style="rounded=1;whiteSpace=wrap;html=1;" value="" vertex="1">
+           <mxGeometry height="60" width="120" x="4080" y="280" as="geometry" />
        </mxCell>
      </root>
    </mxGraphModel>
  </diagram>
</mxfile>
